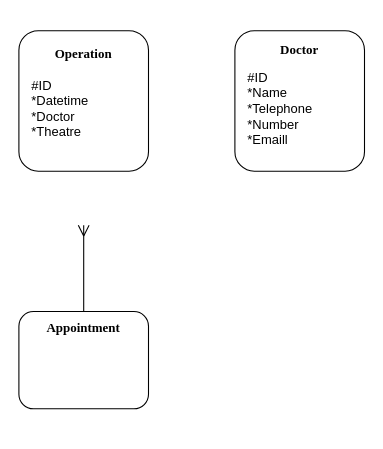
Before: Assignment1DatabaseDesign.drawio in LordDdanielHan/test, a draw.io diagram. Source tidied: cells renumbered, new cells numbered last; positions are measured from the earlier drawing's top-left corner, leaving out a move shared by most shapes. Both pictures are drawn from the tidied source at 108%, with x=0, y=0 at pixel (18, 17).
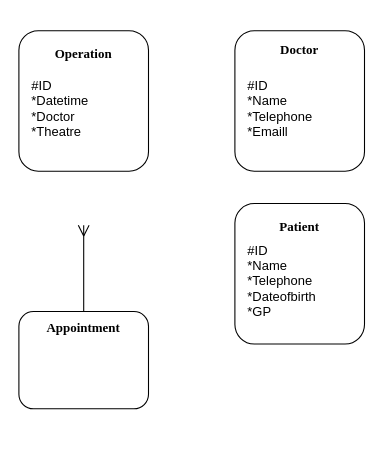
After the change.

The change refers to these unchanged cells:
```xml
<mxCell id="6" style="group;" parent="1" vertex="1">
  <mxGeometry x="200" y="12" width="120" height="130" as="geometry" />
</mxCell>
```

The edit, as a diff of the source:
```diff
@@
-    <mxCell id="9" value="&lt;div&gt;&lt;br&gt;&lt;/div&gt;&lt;div&gt;#ID&lt;br&gt;&lt;/div&gt;&lt;div&gt;*Name&lt;/div&gt;&lt;div&gt;*Telephone&lt;/div&gt;&lt;div&gt;*Number&lt;/div&gt;&lt;div&gt;*Emaill&lt;br&gt;&lt;/div&gt;" style="text;html=1;align=left;verticalAlign=middle;whiteSpace=wrap;rounded=0;" parent="6" vertex="1">
+    <mxCell id="9" value="&lt;div&gt;&lt;br&gt;&lt;/div&gt;&lt;div&gt;#ID&lt;br&gt;&lt;/div&gt;&lt;div&gt;*Name&lt;/div&gt;&lt;div&gt;*Telephone&lt;/div&gt;&lt;div&gt;*Emaill&lt;br&gt;&lt;/div&gt;" style="text;html=1;align=left;verticalAlign=middle;whiteSpace=wrap;rounded=0;" parent="6" vertex="1">
       <mxGeometry x="10" y="39.4" width="60" height="51.2" as="geometry" />
     </mxCell>
@@
+    <mxCell id="19" style="group;align=left;" parent="1" vertex="1">
+      <mxGeometry x="200" y="172" width="120" height="210" as="geometry" />
+    </mxCell>
+    <mxCell id="20" style="rounded=1;whiteSpace=wrap;html=1;" parent="19" vertex="1">
+      <mxGeometry width="120" height="130" as="geometry" />
+    </mxCell>
+    <mxCell id="21" value="&lt;font face=&quot;Times New Roman&quot;&gt;&lt;b&gt;Patient&lt;/b&gt;&lt;/font&gt;" style="text;html=1;align=center;verticalAlign=middle;whiteSpace=wrap;rounded=0;" parent="19" vertex="1">
+      <mxGeometry width="120" height="43.3" as="geometry" />
+    </mxCell>
+    <mxCell id="22" value="&lt;div align=&quot;left&quot;&gt;#ID&lt;/div&gt;&lt;div align=&quot;left&quot;&gt;*Name&lt;/div&gt;&lt;div align=&quot;left&quot;&gt;*Telephone&lt;/div&gt;&lt;div align=&quot;left&quot;&gt;*Dateofbirth&lt;/div&gt;&lt;div align=&quot;left&quot;&gt;*GP&lt;br&gt;&lt;/div&gt;" style="text;html=1;align=left;verticalAlign=middle;whiteSpace=wrap;rounded=0;" parent="19" vertex="1">
+      <mxGeometry x="10" y="50" width="60" height="43.3" as="geometry" />
+    </mxCell>
```
